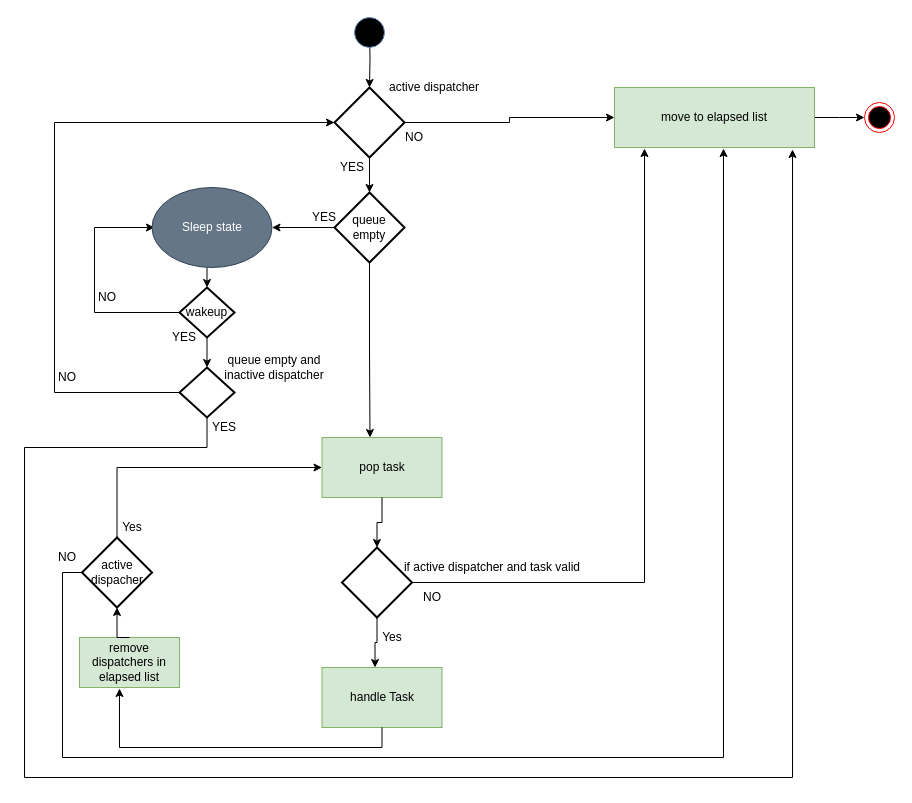
Earlier version of the draw.io diagram page "dl_worker" (10 of 14) of doc/SA cert/Design/performance.drawio (taikt/codefun). Source tidied: cells renumbered, new cells numbered last; positions are measured from the earlier drawing's top-left corner, leaving out a move shared by most shapes. Both pictures are drawn from the tidied source at 100%, with x=0, y=0 at pixel (24, 17).
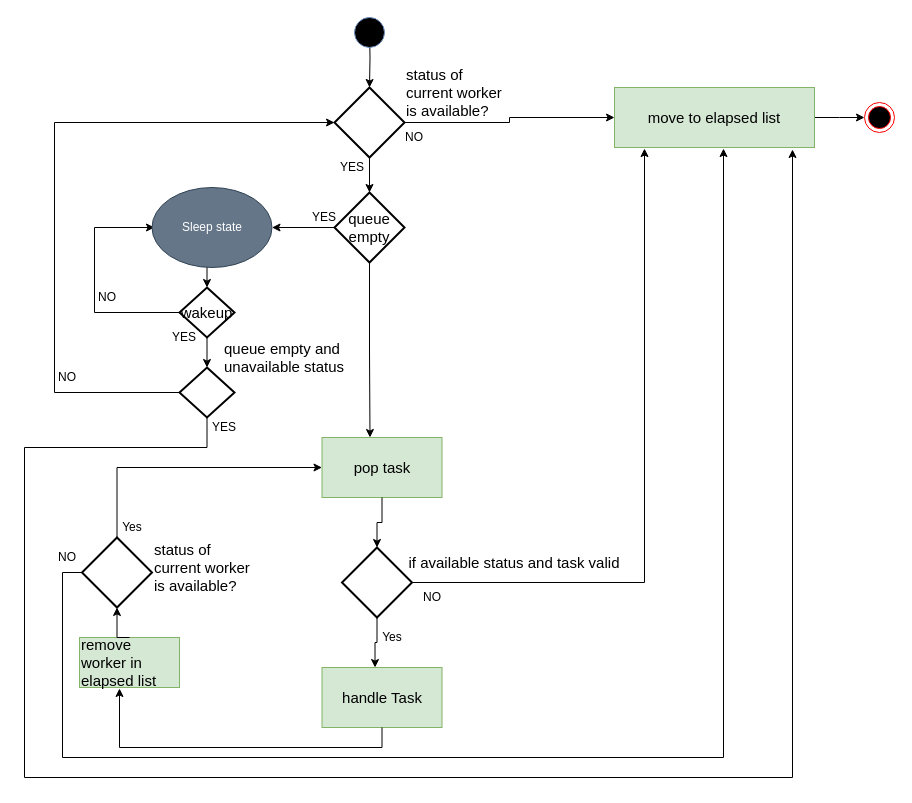
The same diagram, later.

Change to the diagram source:
```diff
@@
-    <mxCell id="5" value="active dispatcher" style="text;html=1;strokeColor=none;fillColor=none;align=center;verticalAlign=middle;whiteSpace=wrap;rounded=0;" parent="1" vertex="1">
-      <mxGeometry x="300" y="60" width="220" height="20" as="geometry" />
-    </mxCell>
@@
-    <mxCell id="7" value="move to elapsed list" style="rounded=0;whiteSpace=wrap;html=1;fillColor=#d5e8d4;strokeColor=#82b366;" parent="1" vertex="1">
+    <mxCell id="7" value="&lt;font style=&quot;font-size: 15px;&quot;&gt;move to elapsed list&lt;/font&gt;" style="rounded=0;whiteSpace=wrap;html=1;fillColor=#d5e8d4;strokeColor=#82b366;" parent="1" vertex="1">
       <mxGeometry x="590" y="70" width="200" height="60" as="geometry" />
     </mxCell>
@@
-    <mxCell id="10" value="pop task" style="rounded=0;whiteSpace=wrap;html=1;fillColor=#d5e8d4;strokeColor=#82b366;" parent="1" vertex="1">
+    <mxCell id="10" value="&lt;font style=&quot;font-size: 15px;&quot;&gt;pop task&lt;/font&gt;" style="rounded=0;whiteSpace=wrap;html=1;fillColor=#d5e8d4;strokeColor=#82b366;" parent="1" vertex="1">
       <mxGeometry x="297.5" y="420" width="120" height="60" as="geometry" />
     </mxCell>
@@
-    <mxCell id="15" value="if active dispatcher and task valid" style="text;html=1;strokeColor=none;fillColor=none;align=center;verticalAlign=middle;whiteSpace=wrap;rounded=0;" parent="1" vertex="1">
-      <mxGeometry x="357.5" y="540" width="220" height="20" as="geometry" />
+    <mxCell id="15" value="&lt;font style=&quot;font-size: 15px;&quot;&gt;if available status and task valid&lt;/font&gt;" style="text;html=1;strokeColor=none;fillColor=none;align=center;verticalAlign=middle;whiteSpace=wrap;rounded=0;" parent="1" vertex="1">
+      <mxGeometry x="380" y="535" width="220" height="20" as="geometry" />
     </mxCell>
-    <mxCell id="16" value="handle Task" style="rounded=0;whiteSpace=wrap;html=1;fillColor=#d5e8d4;strokeColor=#82b366;" parent="1" vertex="1">
+    <mxCell id="16" value="&lt;font style=&quot;font-size: 15px;&quot;&gt;handle Task&lt;/font&gt;" style="rounded=0;whiteSpace=wrap;html=1;fillColor=#d5e8d4;strokeColor=#82b366;" parent="1" vertex="1">
       <mxGeometry x="297.5" y="650" width="120" height="60" as="geometry" />
     </mxCell>
@@
-    <mxCell id="19" value="active dispacher" style="strokeWidth=2;html=1;shape=mxgraph.flowchart.decision;whiteSpace=wrap;fillColor=none;gradientColor=#ffffff;" parent="1" vertex="1">
+    <mxCell id="19" style="strokeWidth=2;html=1;shape=mxgraph.flowchart.decision;whiteSpace=wrap;fillColor=none;gradientColor=#ffffff;" parent="1" vertex="1">
       <mxGeometry x="57.5" y="520" width="70" height="70" as="geometry" />
     </mxCell>
@@
-    <mxCell id="25" value="queue empty" style="strokeWidth=2;html=1;shape=mxgraph.flowchart.decision;whiteSpace=wrap;fillColor=none;gradientColor=#ffffff;" parent="1" vertex="1">
+    <mxCell id="25" value="&lt;font style=&quot;font-size: 15px;&quot;&gt;queue empty&lt;/font&gt;" style="strokeWidth=2;html=1;shape=mxgraph.flowchart.decision;whiteSpace=wrap;fillColor=none;gradientColor=#ffffff;" parent="1" vertex="1">
       <mxGeometry x="310" y="175" width="70" height="70" as="geometry" />
     </mxCell>
@@
-    <mxCell id="30" value="wakeup" style="strokeWidth=2;html=1;shape=mxgraph.flowchart.decision;whiteSpace=wrap;fillColor=none;gradientColor=#ffffff;" parent="1" vertex="1">
+    <mxCell id="30" value="&lt;font style=&quot;font-size: 15px;&quot;&gt;wakeup&lt;/font&gt;" style="strokeWidth=2;html=1;shape=mxgraph.flowchart.decision;whiteSpace=wrap;fillColor=none;gradientColor=#ffffff;" parent="1" vertex="1">
       <mxGeometry x="155" y="270" width="55" height="50" as="geometry" />
     </mxCell>
@@
-    <mxCell id="35" value="queue empty and &lt;br&gt;inactive dispatcher" style="text;html=1;strokeColor=none;fillColor=none;align=center;verticalAlign=middle;whiteSpace=wrap;rounded=0;" parent="1" vertex="1">
-      <mxGeometry x="140" y="340" width="220" height="20" as="geometry" />
+    <mxCell id="35" value="&lt;font style=&quot;font-size: 15px;&quot;&gt;queue empty and &lt;br&gt;unavailable status&lt;/font&gt;" style="text;html=1;strokeColor=none;fillColor=none;align=left;verticalAlign=middle;whiteSpace=wrap;rounded=0;" parent="1" vertex="1">
+      <mxGeometry x="197.5" y="330" width="220" height="20" as="geometry" />
     </mxCell>
@@
-    <mxCell id="39" value="remove dispatchers in elapsed list" style="rounded=0;whiteSpace=wrap;html=1;fillColor=#d5e8d4;strokeColor=#82b366;" parent="1" vertex="1">
+    <mxCell id="39" value="&lt;font style=&quot;font-size: 15px;&quot;&gt;remove worker in elapsed list&lt;/font&gt;" style="rounded=0;whiteSpace=wrap;html=1;fillColor=#d5e8d4;strokeColor=#82b366;align=left;" parent="1" vertex="1">
       <mxGeometry x="55" y="620" width="100" height="50" as="geometry" />
     </mxCell>
@@
+    <mxCell id="47" value="&lt;font style=&quot;font-size: 15px;&quot;&gt;status of current worker is available?&lt;/font&gt;" style="text;html=1;strokeColor=none;fillColor=none;align=left;verticalAlign=middle;whiteSpace=wrap;rounded=0;" parent="1" vertex="1">
+      <mxGeometry x="127.5" y="535" width="100" height="30" as="geometry" />
+    </mxCell>
+    <mxCell id="48" value="&lt;font style=&quot;font-size: 15px;&quot;&gt;status of current worker is available?&lt;/font&gt;" style="text;html=1;strokeColor=none;fillColor=none;align=left;verticalAlign=middle;whiteSpace=wrap;rounded=0;" parent="1" vertex="1">
+      <mxGeometry x="380" y="60" width="100" height="30" as="geometry" />
+    </mxCell>
```
